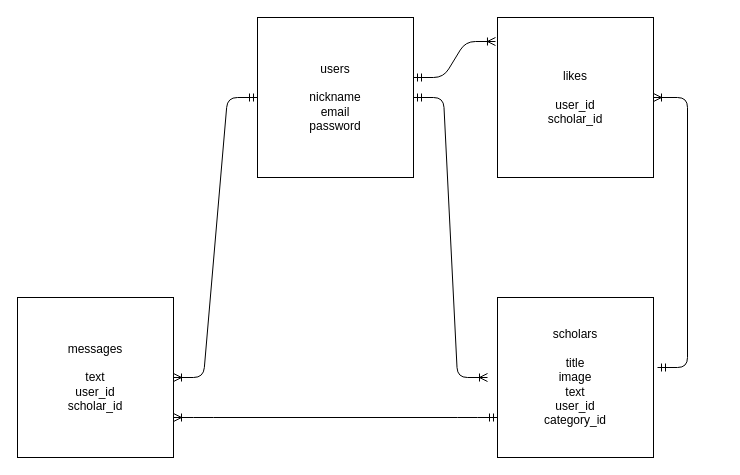
Before: scholar.dio in tech-zack/scholar-34547, a draw.io diagram. Source tidied: cells renumbered, new cells numbered last; positions are measured from the earlier drawing's top-left corner, leaving out a move shared by most shapes. Both pictures are drawn from the tidied source at 100%, with x=0, y=0 at pixel (17, 17).
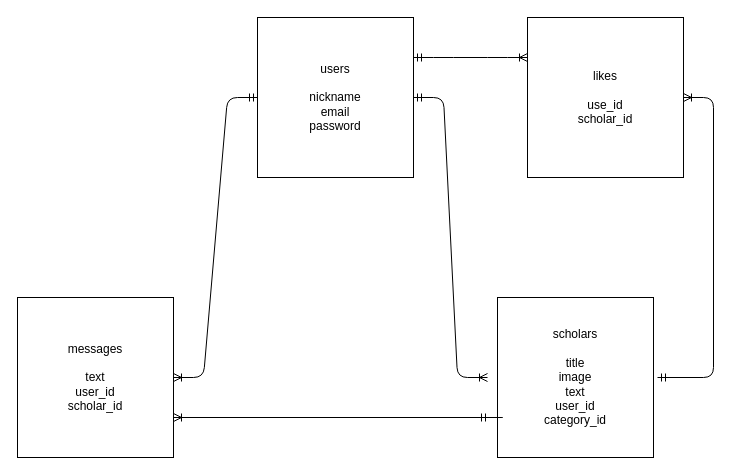
The same diagram, later.

The edit, as a diff of the source:
```diff
@@
 <mxGraphModel>
   <root>
     <mxCell id="0" />
     <mxCell id="1" parent="0" />
     <mxCell id="2" value="users&lt;br&gt;&lt;br&gt;nickname&lt;br&gt;email&lt;br&gt;password&lt;br&gt;" style="whiteSpace=wrap;html=1;align=center;" parent="1" vertex="1">
       <mxGeometry x="240" width="156" height="160" as="geometry" />
     </mxCell>
     <mxCell id="3" value="messages&lt;br&gt;&lt;br&gt;text&lt;br&gt;user_id&lt;br&gt;scholar_id" style="whiteSpace=wrap;html=1;align=center;" parent="1" vertex="1">
       <mxGeometry y="280" width="156" height="160" as="geometry" />
     </mxCell>
     <mxCell id="4" value="scholars&lt;br&gt;&lt;br&gt;title&lt;br&gt;image&lt;br&gt;text&lt;br&gt;user_id&lt;br&gt;category_id" style="whiteSpace=wrap;html=1;align=center;" parent="1" vertex="1">
       <mxGeometry x="480" y="280" width="156" height="160" as="geometry" />
     </mxCell>
     <mxCell id="5" style="edgeStyle=entityRelationEdgeStyle;fontSize=12;html=1;endArrow=ERoneToMany;startArrow=ERmandOne;" parent="1" edge="1">
       <mxGeometry relative="1" as="geometry">
         <mxPoint x="396" y="80" as="sourcePoint" />
         <mxPoint x="470" y="360" as="targetPoint" />
       </mxGeometry>
     </mxCell>
     <mxCell id="6" style="edgeStyle=entityRelationEdgeStyle;fontSize=12;html=1;endArrow=ERoneToMany;startArrow=ERmandOne;exitX=0;exitY=0.5;exitDx=0;exitDy=0;" parent="1" edge="1" source="2" target="3">
       <mxGeometry relative="1" as="geometry" />
     </mxCell>
-    <mxCell id="7" style="edgeStyle=entityRelationEdgeStyle;fontSize=12;html=1;endArrow=ERoneToMany;startArrow=ERmandOne;exitX=0;exitY=0.75;exitDx=0;exitDy=0;entryX=1;entryY=0.75;entryDx=0;entryDy=0;" parent="1" edge="1" source="4" target="3">
-      <mxGeometry relative="1" as="geometry" />
-    </mxCell>
-    <mxCell id="8" value="likes&lt;br&gt;&lt;br&gt;user_id&lt;br&gt;scholar_id" style="whiteSpace=wrap;html=1;align=center;" parent="1" vertex="1">
-      <mxGeometry x="480" width="156" height="160" as="geometry" />
-    </mxCell>
-    <mxCell id="9" style="edgeStyle=entityRelationEdgeStyle;fontSize=12;html=1;endArrow=ERoneToMany;startArrow=ERmandOne;entryX=-0.013;entryY=0.15;entryDx=0;entryDy=0;entryPerimeter=0;" parent="1" edge="1" target="8">
-      <mxGeometry relative="1" as="geometry">
-        <mxPoint x="396" y="60" as="sourcePoint" />
-      </mxGeometry>
-    </mxCell>
-    <mxCell id="10" style="edgeStyle=entityRelationEdgeStyle;fontSize=12;html=1;endArrow=ERoneToMany;startArrow=ERmandOne;entryX=1;entryY=0.5;entryDx=0;entryDy=0;" parent="1" edge="1" target="8">
-      <mxGeometry relative="1" as="geometry">
-        <mxPoint x="640" y="350" as="sourcePoint" />
-      </mxGeometry>
+    <mxCell id="10" value="likes&lt;br&gt;&lt;br&gt;use_id&lt;br&gt;scholar_id" style="whiteSpace=wrap;html=1;align=center;" parent="1" vertex="1">
+      <mxGeometry x="510" width="156" height="160" as="geometry" />
     </mxCell>
+    <mxCell id="11" style="edgeStyle=entityRelationEdgeStyle;fontSize=12;html=1;endArrow=ERoneToMany;startArrow=ERmandOne;entryX=1;entryY=0.75;entryDx=0;entryDy=0;" parent="1" edge="1" target="3">
+      <mxGeometry relative="1" as="geometry">
+        <mxPoint x="460" y="400" as="sourcePoint" />
+      </mxGeometry>
+    </mxCell>
+    <mxCell id="12" style="edgeStyle=entityRelationEdgeStyle;fontSize=12;html=1;endArrow=ERoneToMany;startArrow=ERmandOne;entryX=0;entryY=0.25;entryDx=0;entryDy=0;" parent="1" edge="1" target="10">
+      <mxGeometry relative="1" as="geometry">
+        <mxPoint x="396" y="40" as="sourcePoint" />
+      </mxGeometry>
+    </mxCell>
+    <mxCell id="13" style="edgeStyle=entityRelationEdgeStyle;fontSize=12;html=1;endArrow=ERoneToMany;startArrow=ERmandOne;" parent="1" edge="1" target="10">
+      <mxGeometry relative="1" as="geometry">
+        <mxPoint x="640" y="360" as="sourcePoint" />
+      </mxGeometry>
+    </mxCell>
   </root>
 </mxGraphModel>
```
